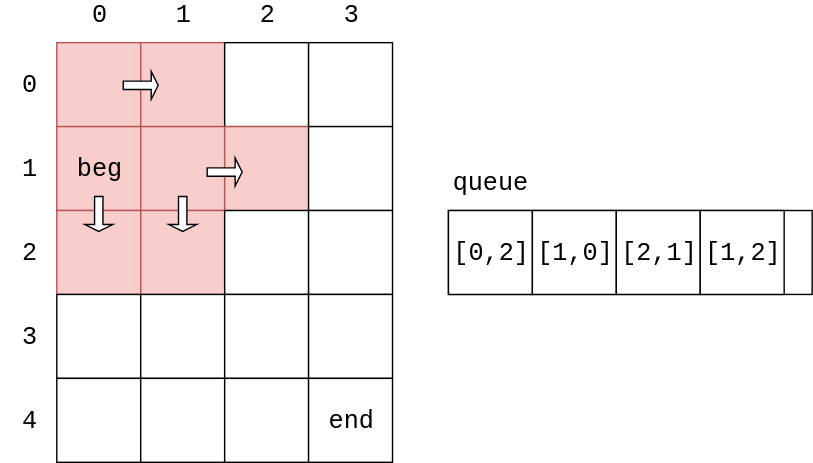
Before: docs/Search/res/BreadthFirstSearch4.svg, a diagram exported from draw.io (linrongbin16/way-to-algorithm). Source tidied: cells renumbered, new cells last; positions are measured from the earlier drawing's top-left corner, leaving out a move shared by most shapes.
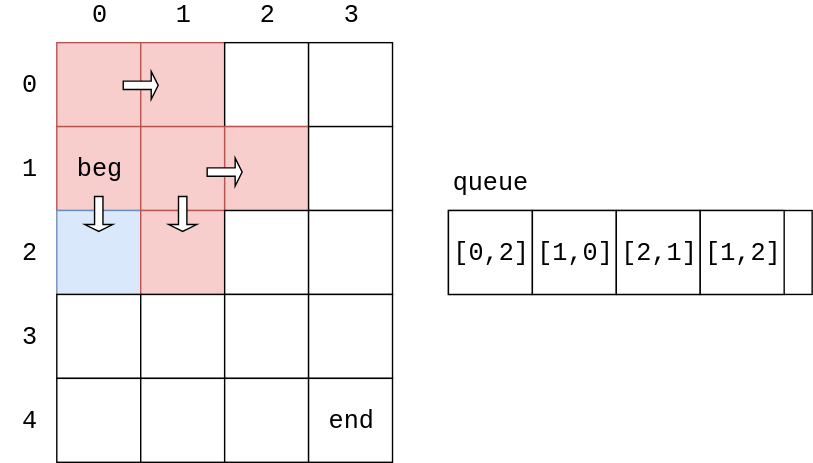
Later version of the same file.

The edit, as a diff of the source:
```diff
@@ -26,7 +26,7 @@
     <mxCell id="9" style="rounded=0;whiteSpace=wrap;html=1;fontFamily=Courier New;fontSize=18;fillColor=#ffffff;strokeColor=#000000;" parent="1" vertex="1">
       <mxGeometry x="220" y="90" width="60" height="60" as="geometry" />
     </mxCell>
-    <mxCell id="10" style="rounded=0;whiteSpace=wrap;html=1;fontFamily=Courier New;fontSize=18;fillColor=#f8cecc;strokeColor=#b85450;" parent="1" vertex="1">
+    <mxCell id="10" style="rounded=0;whiteSpace=wrap;html=1;fontFamily=Courier New;fontSize=18;fillColor=#dae8fc;strokeColor=#6c8ebf;" parent="1" vertex="1">
       <mxGeometry x="40" y="150" width="60" height="60" as="geometry" />
     </mxCell>
     <mxCell id="11" style="rounded=0;whiteSpace=wrap;html=1;fontFamily=Courier New;fontSize=18;fillColor=#f8cecc;strokeColor=#b85450;" parent="1" vertex="1">
```
